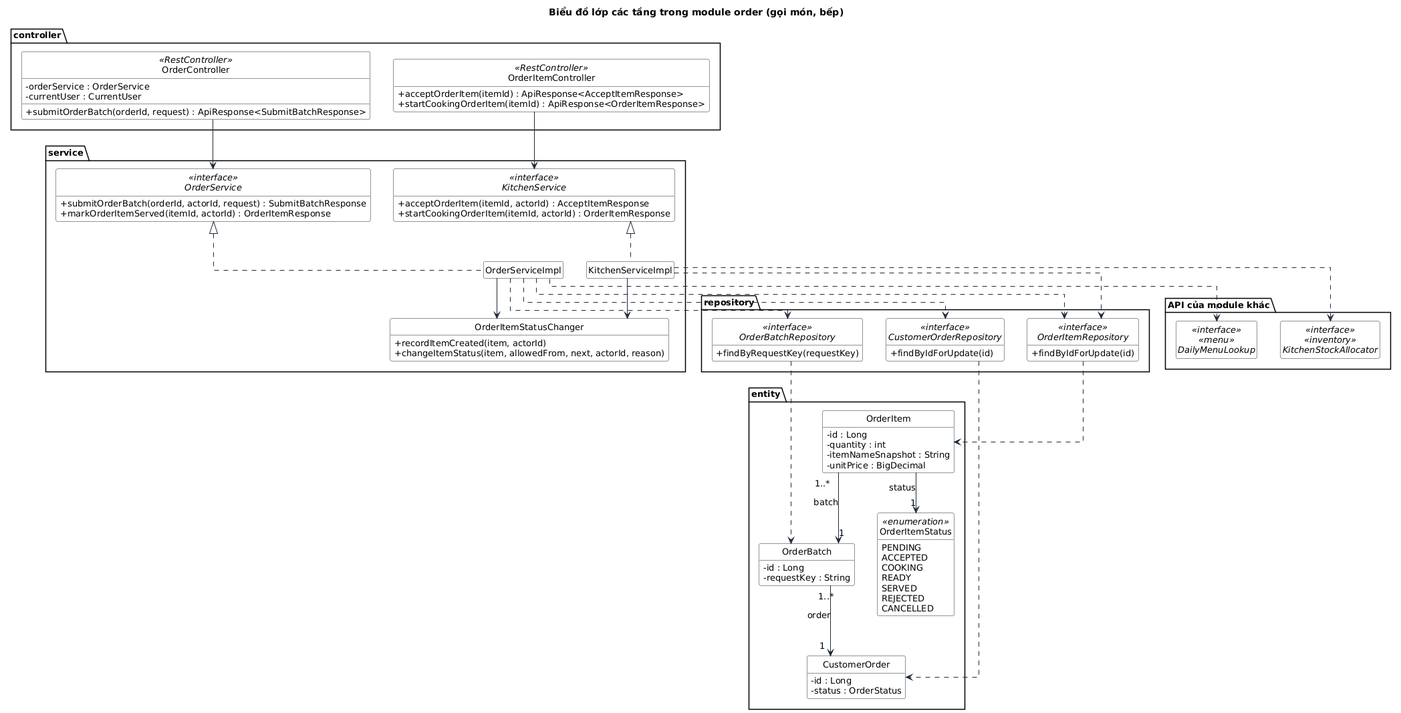
Earlier version of the PlantUML export docs/bao-cao-ltnc/uml/class-ban-hang.png (Anpham120/restaurant-management-system).
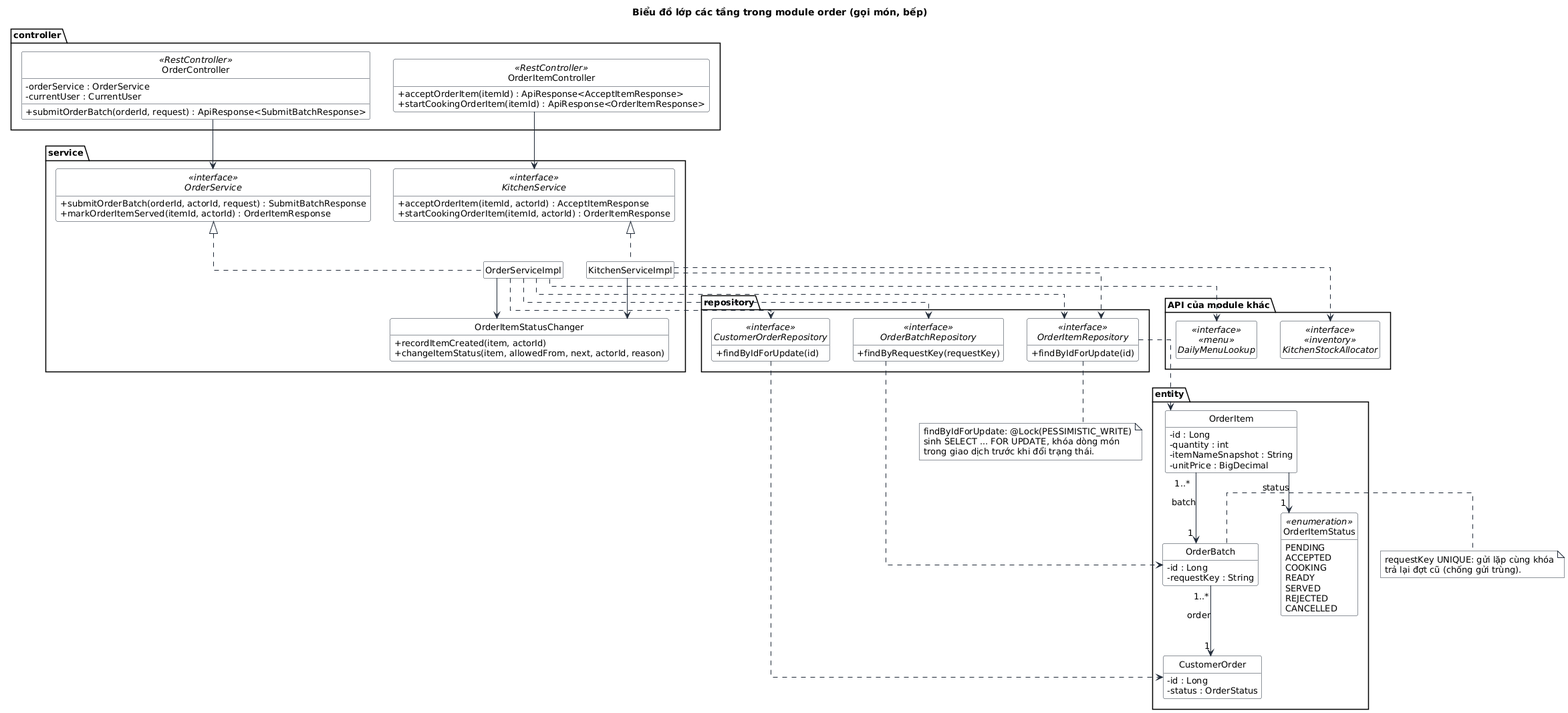
After the change.

What changed in the source:
```diff
@@ -91,4 +91,13 @@
 OrderBatch "1..*" --> "1" CustomerOrder : order
 OrderItem "1..*" --> "1" OrderBatch : batch
 OrderItem --> "1" OrderItemStatus : status
+note bottom of OrderItemRepository
+  findByIdForUpdate: @Lock(PESSIMISTIC_WRITE)
+  sinh SELECT ... FOR UPDATE, khóa dòng món
+  trong giao dịch trước khi đổi trạng thái.
+end note
+note right of OrderBatch
+  requestKey UNIQUE: gửi lặp cùng khóa
+  trả lại đợt cũ (chống gửi trùng).
+end note
 @enduml
```
